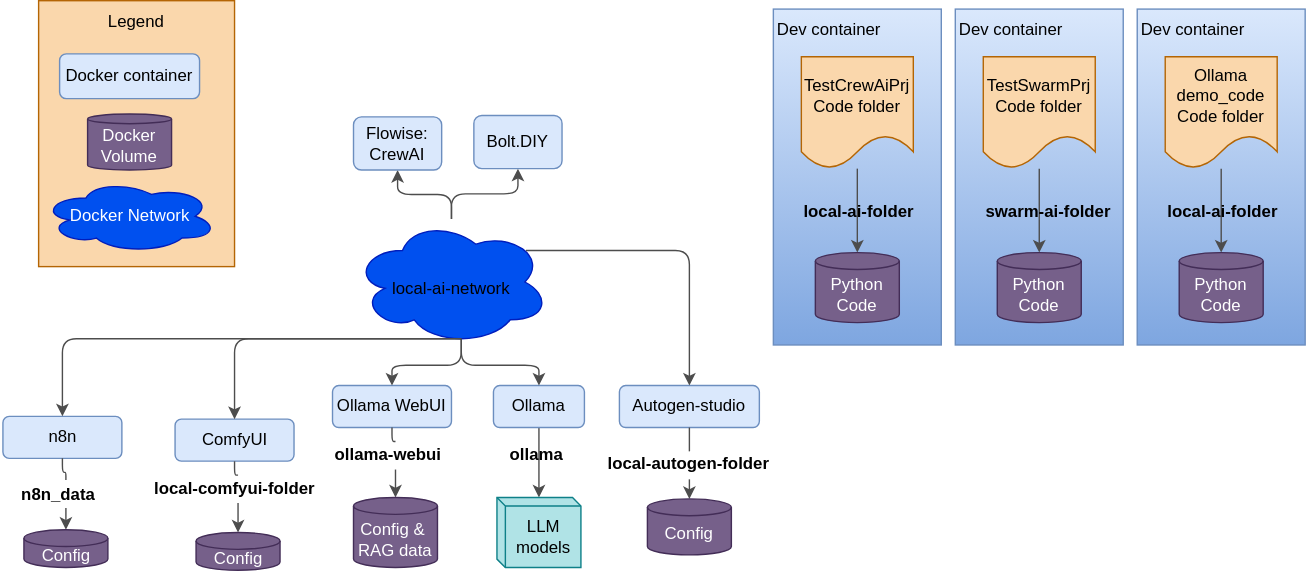
miman/docker-local-ai keeps this draw.io diagram as docs/images/overview.svg. Above is the earlier version. Source tidied: cells renumbered, new cells last; positions are measured from the earlier drawing's top-left corner, leaving out a move shared by most shapes.
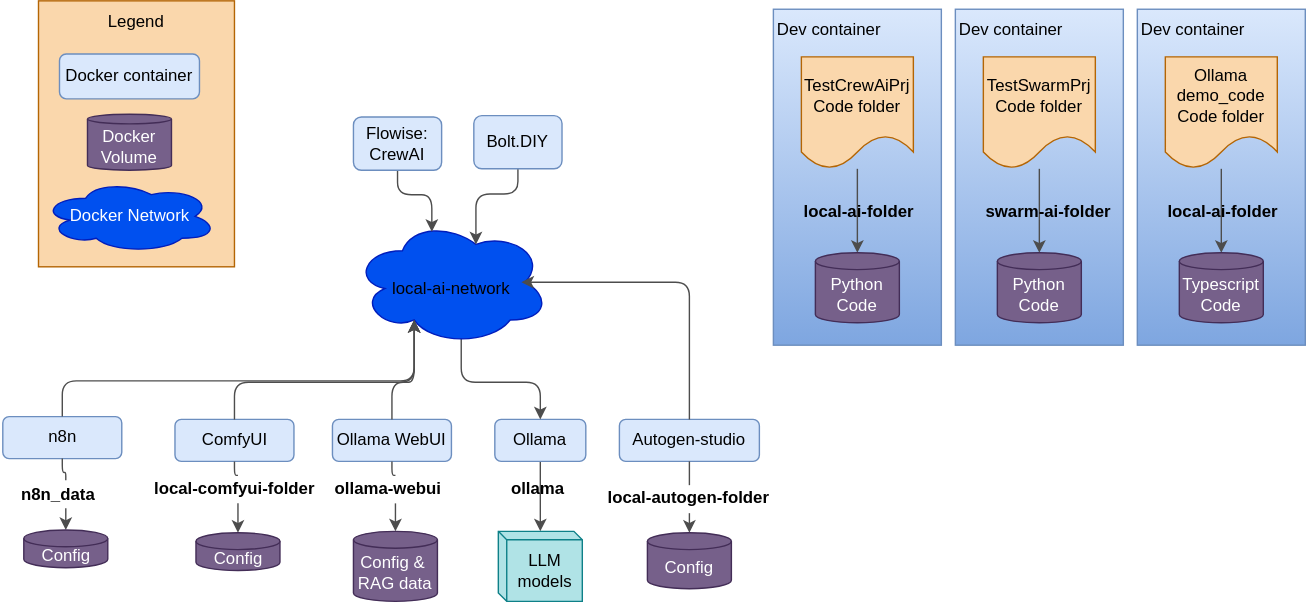
Later version of the same file.

Commit message:
correct overview arrows

Diff of the diagram source:
```diff
@@ -12,7 +12,7 @@
       <mxGeometry relative="1" as="geometry" />
     </mxCell>
     <mxCell id="5" value="Ollama" style="rounded=1;whiteSpace=wrap;html=1;fillColor=#dae8fc;strokeColor=#6c8ebf;fontColor=#000000;" parent="1" vertex="1">
-      <mxGeometry x="350" y="275" width="65" height="30" as="geometry" />
+      <mxGeometry x="351" y="299" width="65" height="30" as="geometry" />
     </mxCell>
     <mxCell id="6" style="edgeStyle=orthogonalEdgeStyle;html=1;entryX=0.5;entryY=0;entryDx=0;entryDy=0;entryPerimeter=0;strokeColor=#4D4D4D;labelBackgroundColor=none;fontColor=#000000;" parent="1" edge="1" source="51" target="8">
       <mxGeometry y="40" relative="1" as="geometry" />
@@ -24,7 +24,7 @@
       <mxGeometry x="580" y="180" width="60" height="50" as="geometry" />
     </mxCell>
     <mxCell id="9" value="LLM models" style="shape=cube;whiteSpace=wrap;html=1;boundedLbl=1;backgroundOutline=1;size=6.010398864746094;fillColor=#b0e3e6;strokeColor=#0e8088;" parent="1" vertex="1">
-      <mxGeometry x="352.5" y="355" width="60" height="50" as="geometry" />
+      <mxGeometry x="353.5" y="379" width="60" height="50" as="geometry" />
     </mxCell>
     <mxCell id="10" value="&lt;b&gt;local-ai-folder&lt;/b&gt;" style="text;html=1;strokeColor=none;fillColor=none;align=left;verticalAlign=middle;whiteSpace=wrap;rounded=0;fontColor=#000000;" parent="1" vertex="1">
       <mxGeometry x="570" y="141" width="100" height="20" as="geometry" />
@@ -37,21 +37,21 @@
     </mxCell>
     <mxCell id="13" style="edgeStyle=orthogonalEdgeStyle;rounded=0;orthogonalLoop=1;jettySize=auto;html=1;exitX=0.5;exitY=1;exitDx=0;exitDy=0;" parent="1" edge="1">
       <mxGeometry relative="1" as="geometry">
-        <mxPoint x="335" y="375" as="sourcePoint" />
-        <mxPoint x="335" y="375" as="targetPoint" />
+        <mxPoint x="336" y="423" as="sourcePoint" />
+        <mxPoint x="336" y="423" as="targetPoint" />
       </mxGeometry>
     </mxCell>
     <mxCell id="14" style="edgeStyle=orthogonalEdgeStyle;html=1;entryX=0.5;entryY=0;entryDx=0;entryDy=0;entryPerimeter=0;strokeColor=#4D4D4D;startArrow=none;" parent="1" edge="1" source="32" target="16">
       <mxGeometry relative="1" as="geometry" />
     </mxCell>
     <mxCell id="15" value="Ollama WebUI" style="rounded=1;whiteSpace=wrap;html=1;fillColor=#dae8fc;strokeColor=#6c8ebf;fontColor=#000000;" parent="1" vertex="1">
-      <mxGeometry x="235" y="275" width="85" height="30" as="geometry" />
+      <mxGeometry x="235" y="299" width="85" height="30" as="geometry" />
     </mxCell>
     <mxCell id="16" value="Config &amp;amp;&amp;nbsp;&lt;br&gt;RAG&amp;nbsp;data" style="shape=cylinder3;whiteSpace=wrap;html=1;boundedLbl=1;backgroundOutline=1;size=6.010398864746094;fillColor=#76608a;fontColor=#ffffff;strokeColor=#432D57;" parent="1" vertex="1">
-      <mxGeometry x="250" y="355" width="60" height="50" as="geometry" />
+      <mxGeometry x="250" y="379" width="60" height="50" as="geometry" />
     </mxCell>
     <mxCell id="17" value="&lt;b&gt;ollama&lt;/b&gt;" style="text;html=1;strokeColor=none;fillColor=none;align=left;verticalAlign=middle;whiteSpace=wrap;rounded=0;fontColor=#000000;" parent="1" vertex="1">
-      <mxGeometry x="360" y="315" width="55" height="20" as="geometry" />
+      <mxGeometry x="361" y="339" width="55" height="20" as="geometry" />
     </mxCell>
     <mxCell id="18" style="edgeStyle=orthogonalEdgeStyle;rounded=0;orthogonalLoop=1;jettySize=auto;html=1;exitX=0.5;exitY=1;exitDx=0;exitDy=0;" parent="1" edge="1">
       <mxGeometry relative="1" as="geometry">
@@ -59,10 +59,10 @@
         <mxPoint x="197.5" y="317.5" as="targetPoint" />
       </mxGeometry>
     </mxCell>
-    <mxCell id="19" style="edgeStyle=orthogonalEdgeStyle;html=1;strokeColor=#4D4D4D;exitX=0.55;exitY=0.95;exitDx=0;exitDy=0;exitPerimeter=0;" parent="1" edge="1" source="11" target="15">
+    <mxCell id="19" style="edgeStyle=orthogonalEdgeStyle;html=1;strokeColor=#4D4D4D;exitX=0.5;exitY=0;exitDx=0;exitDy=0;entryX=0.31;entryY=0.8;entryDx=0;entryDy=0;entryPerimeter=0;" parent="1" edge="1" source="15" target="11">
       <mxGeometry relative="1" as="geometry" />
     </mxCell>
-    <mxCell id="20" style="edgeStyle=orthogonalEdgeStyle;html=1;strokeColor=#4D4D4D;labelBackgroundColor=none;fontColor=#000000;" parent="1" edge="1" source="11" target="21">
+    <mxCell id="20" style="edgeStyle=orthogonalEdgeStyle;html=1;strokeColor=#4D4D4D;labelBackgroundColor=none;fontColor=#000000;entryX=0.4;entryY=0.1;entryDx=0;entryDy=0;entryPerimeter=0;exitX=0.5;exitY=1;exitDx=0;exitDy=0;" parent="1" edge="1" source="21" target="11">
       <mxGeometry y="40" relative="1" as="geometry" />
     </mxCell>
     <mxCell id="21" value="Flowise:&lt;br&gt;CrewAI" style="rounded=1;whiteSpace=wrap;html=1;fillColor=#dae8fc;strokeColor=#6c8ebf;fontColor=#000000;" parent="1" vertex="1">
@@ -70,16 +70,16 @@
     </mxCell>
     <mxCell id="22" style="edgeStyle=orthogonalEdgeStyle;html=1;entryX=0.5;entryY=0;entryDx=0;entryDy=0;entryPerimeter=0;strokeColor=#4D4D4D;startArrow=none;" parent="1" edge="1" target="24">
       <mxGeometry relative="1" as="geometry">
-        <mxPoint x="490" y="342" as="sourcePoint" />
+        <mxPoint x="490" y="366" as="sourcePoint" />
       </mxGeometry>
     </mxCell>
     <mxCell id="23" value="Autogen-studio" style="rounded=1;whiteSpace=wrap;html=1;fillColor=#dae8fc;strokeColor=#6c8ebf;fontColor=#000000;" parent="1" vertex="1">
-      <mxGeometry x="440" y="275" width="100" height="30" as="geometry" />
+      <mxGeometry x="440" y="299" width="100" height="30" as="geometry" />
     </mxCell>
     <mxCell id="24" value="Config" style="shape=cylinder3;whiteSpace=wrap;html=1;boundedLbl=1;backgroundOutline=1;size=6.010398864746094;fillColor=#76608a;fontColor=#ffffff;strokeColor=#432D57;" parent="1" vertex="1">
-      <mxGeometry x="460" y="356" width="60" height="40" as="geometry" />
+      <mxGeometry x="460" y="380" width="60" height="40" as="geometry" />
     </mxCell>
-    <mxCell id="25" style="edgeStyle=orthogonalEdgeStyle;html=1;strokeColor=#4D4D4D;exitX=0.88;exitY=0.25;exitDx=0;exitDy=0;exitPerimeter=0;" parent="1" edge="1" source="11" target="23">
+    <mxCell id="25" style="edgeStyle=orthogonalEdgeStyle;html=1;strokeColor=#4D4D4D;exitX=0.5;exitY=0;exitDx=0;exitDy=0;entryX=1;entryY=0.25;entryDx=0;entryDy=0;" parent="1" edge="1" source="23" target="12">
       <mxGeometry relative="1" as="geometry" />
     </mxCell>
     <mxCell id="26" value="Docker container" style="rounded=1;whiteSpace=wrap;html=1;fillColor=#dae8fc;strokeColor=#6c8ebf;fontColor=#000000;" parent="1" vertex="1">
@@ -93,17 +93,17 @@
     </mxCell>
     <mxCell id="29" style="edgeStyle=orthogonalEdgeStyle;html=1;entryX=0.5;entryY=0;entryDx=0;entryDy=0;entryPerimeter=0;strokeColor=#4D4D4D;endArrow=none;" parent="1" edge="1" source="23">
       <mxGeometry relative="1" as="geometry">
-        <mxPoint x="490" y="322" as="targetPoint" />
+        <mxPoint x="490" y="346" as="targetPoint" />
       </mxGeometry>
     </mxCell>
     <mxCell id="30" value="&lt;b&gt;local-autogen-folder&lt;/b&gt;" style="text;html=1;strokeColor=none;fillColor=none;align=left;verticalAlign=middle;whiteSpace=wrap;rounded=0;fontColor=#000000;" parent="1" vertex="1">
-      <mxGeometry x="430" y="320.5" width="120" height="20" as="geometry" />
+      <mxGeometry x="430" y="344.5" width="120" height="20" as="geometry" />
     </mxCell>
     <mxCell id="31" style="edgeStyle=orthogonalEdgeStyle;html=1;entryX=0.5;entryY=0;entryDx=0;entryDy=0;entryPerimeter=0;strokeColor=#4D4D4D;endArrow=none;" parent="1" edge="1" source="15" target="32">
       <mxGeometry relative="1" as="geometry" />
     </mxCell>
     <mxCell id="32" value="&lt;b&gt;ollama-webui&lt;/b&gt;" style="text;html=1;strokeColor=none;fillColor=none;align=left;verticalAlign=middle;whiteSpace=wrap;rounded=0;fontColor=#000000;" parent="1" vertex="1">
-      <mxGeometry x="235" y="315" width="90" height="20" as="geometry" />
+      <mxGeometry x="235" y="339" width="90" height="20" as="geometry" />
     </mxCell>
     <mxCell id="33" value="Legend" style="text;html=1;strokeColor=none;fillColor=none;align=center;verticalAlign=middle;whiteSpace=wrap;rounded=0;fontColor=#000000;" parent="1" vertex="1">
       <mxGeometry x="65" width="60" height="30" as="geometry" />
@@ -114,7 +114,7 @@
         <mxPoint x="5" y="225" as="targetPoint" />
       </mxGeometry>
     </mxCell>
-    <mxCell id="35" style="edgeStyle=orthogonalEdgeStyle;html=1;strokeColor=#4D4D4D;labelBackgroundColor=none;fontColor=#000000;" parent="1" edge="1" source="11" target="36">
+    <mxCell id="35" style="edgeStyle=orthogonalEdgeStyle;html=1;strokeColor=#4D4D4D;labelBackgroundColor=none;fontColor=#000000;entryX=0.625;entryY=0.2;entryDx=0;entryDy=0;entryPerimeter=0;" parent="1" edge="1" source="36" target="11">
       <mxGeometry y="40" relative="1" as="geometry" />
     </mxCell>
     <mxCell id="36" value="Bolt.DIY" style="rounded=1;whiteSpace=wrap;html=1;fillColor=#dae8fc;strokeColor=#6c8ebf;fontColor=#000000;" parent="1" vertex="1">
@@ -129,7 +129,7 @@
     <mxCell id="39" value="Config" style="shape=cylinder3;whiteSpace=wrap;html=1;boundedLbl=1;backgroundOutline=1;size=6.010398864746094;fillColor=#76608a;fontColor=#ffffff;strokeColor=#432D57;" parent="1" vertex="1">
       <mxGeometry x="137.5" y="380" width="60" height="27" as="geometry" />
     </mxCell>
-    <mxCell id="40" style="edgeStyle=orthogonalEdgeStyle;html=1;strokeColor=#4D4D4D;exitX=0.55;exitY=0.95;exitDx=0;exitDy=0;exitPerimeter=0;" parent="1" edge="1" source="11" target="38">
+    <mxCell id="40" style="edgeStyle=orthogonalEdgeStyle;html=1;strokeColor=#4D4D4D;entryX=0.31;entryY=0.8;entryDx=0;entryDy=0;entryPerimeter=0;exitX=0.5;exitY=0;exitDx=0;exitDy=0;" parent="1" edge="1" source="38" target="11">
       <mxGeometry relative="1" as="geometry" />
     </mxCell>
     <mxCell id="41" style="edgeStyle=orthogonalEdgeStyle;html=1;entryX=0.5;entryY=0;entryDx=0;entryDy=0;entryPerimeter=0;strokeColor=#4D4D4D;endArrow=none;" parent="1" edge="1" source="38" target="42">
@@ -159,7 +159,7 @@
     <mxCell id="48" value="&lt;b&gt;n8n_data&lt;/b&gt;" style="text;html=1;strokeColor=none;fillColor=none;align=left;verticalAlign=middle;whiteSpace=wrap;rounded=0;fontColor=#000000;" parent="1" vertex="1">
       <mxGeometry x="11" y="342.5" width="67" height="20" as="geometry" />
     </mxCell>
-    <mxCell id="49" style="edgeStyle=orthogonalEdgeStyle;html=1;strokeColor=#4D4D4D;exitX=0.55;exitY=0.95;exitDx=0;exitDy=0;exitPerimeter=0;entryX=0.5;entryY=0;entryDx=0;entryDy=0;" parent="1" edge="1" source="11" target="45">
+    <mxCell id="49" style="edgeStyle=orthogonalEdgeStyle;html=1;strokeColor=#4D4D4D;entryX=0.31;entryY=0.8;entryDx=0;entryDy=0;entryPerimeter=0;exitX=0.5;exitY=0;exitDx=0;exitDy=0;" parent="1" edge="1" source="45" target="11">
       <mxGeometry relative="1" as="geometry" />
     </mxCell>
     <mxCell id="50" value="Dev container" style="text;html=1;align=center;verticalAlign=middle;whiteSpace=wrap;rounded=0;" parent="1" vertex="1">
@@ -192,7 +192,7 @@
     <mxCell id="59" style="edgeStyle=orthogonalEdgeStyle;html=1;entryX=0.5;entryY=0;entryDx=0;entryDy=0;entryPerimeter=0;strokeColor=#4D4D4D;labelBackgroundColor=none;fontColor=#000000;" parent="1" edge="1" source="63" target="60">
       <mxGeometry y="40" relative="1" as="geometry" />
     </mxCell>
-    <mxCell id="60" value="Python Code" style="shape=cylinder3;whiteSpace=wrap;html=1;boundedLbl=1;backgroundOutline=1;size=6.010398864746094;fillColor=#76608a;fontColor=#ffffff;strokeColor=#432D57;" parent="1" vertex="1">
+    <mxCell id="60" value="Typescript Code" style="shape=cylinder3;whiteSpace=wrap;html=1;boundedLbl=1;backgroundOutline=1;size=6.010398864746094;fillColor=#76608a;fontColor=#ffffff;strokeColor=#432D57;" parent="1" vertex="1">
       <mxGeometry x="840" y="180" width="60" height="50" as="geometry" />
     </mxCell>
     <mxCell id="61" value="&lt;b&gt;local-ai-folder&lt;/b&gt;" style="text;html=1;strokeColor=none;fillColor=none;align=left;verticalAlign=middle;whiteSpace=wrap;rounded=0;fontColor=#000000;" parent="1" vertex="1">
```
